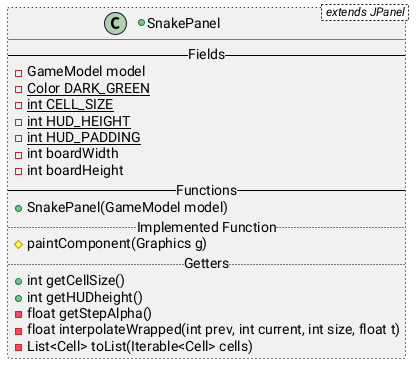
Before: src/main/ClassDiagram/SnakePanelDiagram.png, a diagram exported from PlantUML (CamerJunker/Snake). Source of this version:
```plantuml
@startuml
+class SnakePanel < extends JPanel > ##[dotted]black {
    -- Fields --
    -GameModel model
    -{static} Color DARK_GREEN
    -{static} int CELL_SIZE
    -{static} int HUD_HEIGHT
    -{static} int HUD_PADDING
    -int boardWidth
    -int boardHeight
    -- Functions --
    +SnakePanel(GameModel model)
    .. Implemented Function ..
    #paintComponent(Graphics g)
    .. Getters ..
    +int getCellSize()
    +int getHUDheight()
    -float getStepAlpha()
    -float interpolateWrapped(int prev, int current, int size, float t)
    -List<Cell> toList(Iterable<Cell> cells)
}
@enduml
```
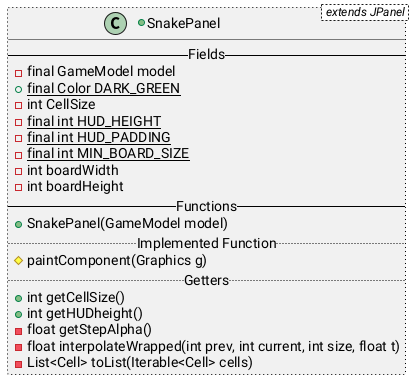
Above is the later version.

Commit message:
Har ordnet snake og gamemodel diagrammer.

Diff of the diagram source:
```diff
@@ -1,11 +1,12 @@
 @startuml
 +class SnakePanel < extends JPanel > ##[dotted]black {
     -- Fields --
-    -GameModel model
-    -{static} Color DARK_GREEN
-    -{static} int CELL_SIZE
-    -{static} int HUD_HEIGHT
-    -{static} int HUD_PADDING
+    -final GameModel model
+    +{static}final Color DARK_GREEN
+    -int CellSize
+    -{static}final int HUD_HEIGHT
+    -{static}final int HUD_PADDING
+    -{static}final int MIN_BOARD_SIZE
     -int boardWidth
     -int boardHeight
     -- Functions --
```
